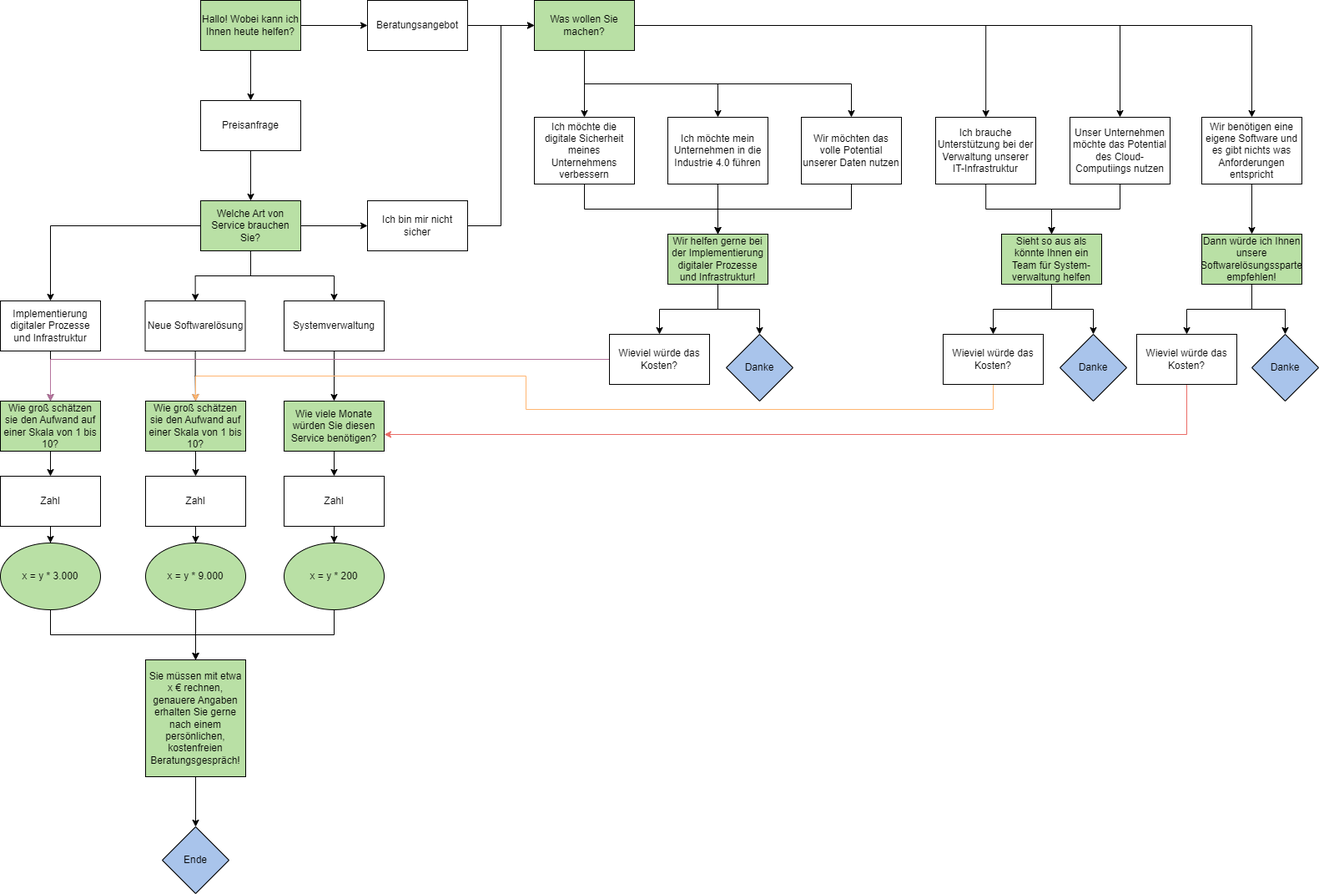
Itsfunman/Unternehmenswebsite keeps this draw.io diagram as other/ChatbotTree.png. Above is the earlier version. Source tidied: cells renumbered, new cells last; positions are measured from the earlier drawing's top-left corner, leaving out a move shared by most shapes.
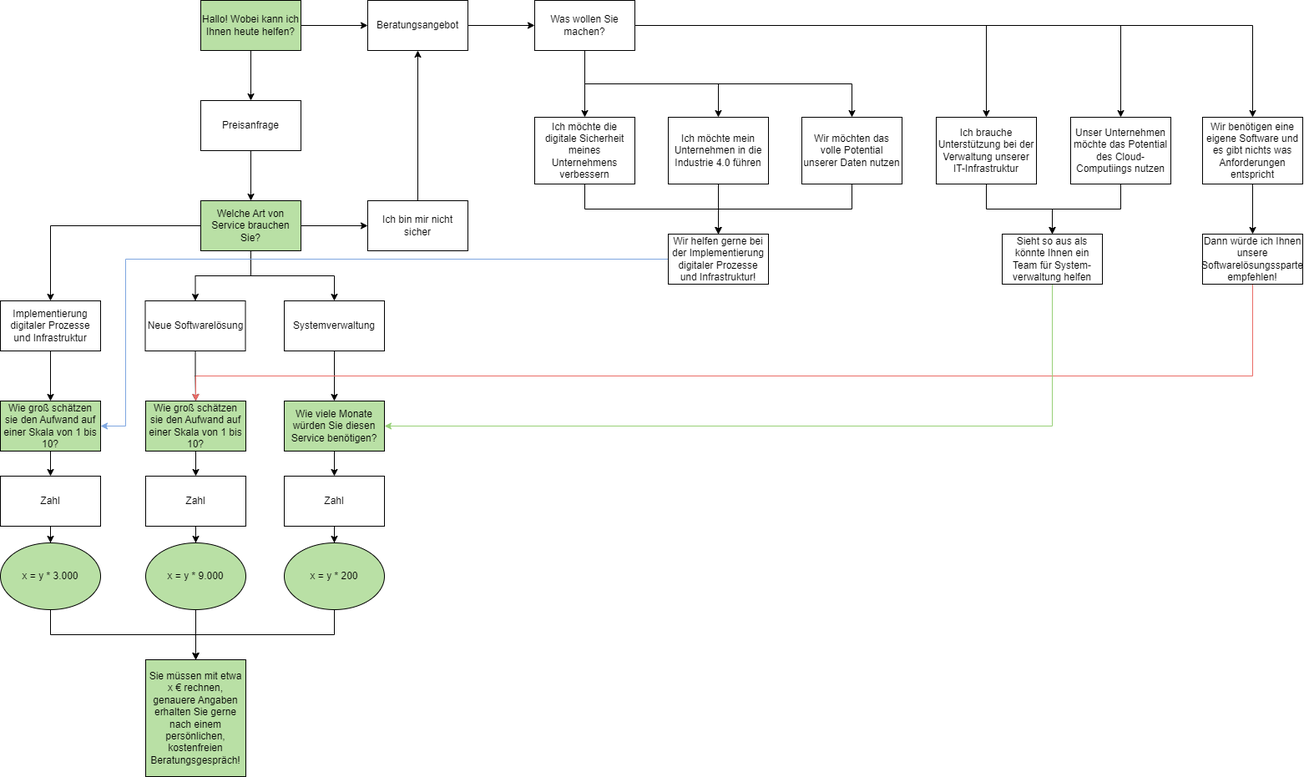
Above is the later version.

Change to the diagram source:
```diff
@@ -44,13 +44,8 @@
     <mxCell id="15" value="Implementierung digitaler Prozesse und Infrastruktur" style="rounded=0;whiteSpace=wrap;html=1;" parent="1" vertex="1">
       <mxGeometry y="360" width="120" height="60" as="geometry" />
     </mxCell>
-    <mxCell id="16" style="edgeStyle=orthogonalEdgeStyle;rounded=0;jettySize=auto;html=1;" parent="1" edge="1" source="17" target="48">
-      <mxGeometry relative="1" as="geometry">
-        <Array as="points">
-          <mxPoint x="600" y="270" />
-          <mxPoint x="600" y="30" />
-        </Array>
-      </mxGeometry>
+    <mxCell id="16" style="edgeStyle=orthogonalEdgeStyle;rounded=0;jettySize=auto;html=1;" parent="1" edge="1" source="17" target="8">
+      <mxGeometry relative="1" as="geometry" />
     </mxCell>
     <mxCell id="17" value="Ich bin mir nicht sicher" style="rounded=0;whiteSpace=wrap;html=1;" parent="1" vertex="1">
       <mxGeometry x="440" y="240" width="120" height="60" as="geometry" />
@@ -85,9 +80,6 @@
     <mxCell id="27" value="Wie viele Monate würden Sie diesen Service benötigen?" style="rounded=0;whiteSpace=wrap;html=1;fillColor=#B9E0A5;" parent="1" vertex="1">
       <mxGeometry x="340" y="480" width="120" height="60" as="geometry" />
     </mxCell>
-    <mxCell id="28" style="edgeStyle=orthogonalEdgeStyle;rounded=0;jettySize=auto;html=1;" parent="1" edge="1" source="29" target="76">
-      <mxGeometry relative="1" as="geometry" />
-    </mxCell>
     <mxCell id="29" value="Sie müssen mit etwa x € rechnen, genauere Angaben erhalten Sie gerne nach einem persönlichen, kostenfreien Beratungsgespräch!" style="rounded=0;whiteSpace=wrap;html=1;fillColor=#B9E0A5;" parent="1" vertex="1">
       <mxGeometry x="174" y="790" width="120" height="140" as="geometry" />
     </mxCell>
@@ -165,7 +157,7 @@
     <mxCell id="47" style="edgeStyle=orthogonalEdgeStyle;rounded=0;jettySize=auto;html=1;" parent="1" edge="1" source="48" target="60">
       <mxGeometry relative="1" as="geometry" />
     </mxCell>
-    <mxCell id="48" value="Was wollen Sie machen?" style="rounded=0;whiteSpace=wrap;html=1;fillColor=#B9E0A5;" parent="1" vertex="1">
+    <mxCell id="48" value="Was wollen Sie machen?" style="rounded=0;whiteSpace=wrap;html=1;" parent="1" vertex="1">
       <mxGeometry x="640" width="120" height="60" as="geometry" />
     </mxCell>
     <mxCell id="49" style="edgeStyle=orthogonalEdgeStyle;rounded=0;jettySize=auto;html=1;" parent="1" edge="1" source="50" target="69">
@@ -214,77 +206,37 @@
     <mxCell id="60" value="Wir benötigen eine eigene Software und es gibt nichts was Anforderungen entspricht" style="rounded=0;whiteSpace=wrap;html=1;" parent="1" vertex="1">
       <mxGeometry x="1440" y="140" width="120" height="80" as="geometry" />
     </mxCell>
-    <mxCell id="61" style="edgeStyle=orthogonalEdgeStyle;rounded=0;jettySize=auto;html=1;" parent="1" edge="1" source="63" target="75">
-      <mxGeometry relative="1" as="geometry" />
-    </mxCell>
-    <mxCell id="62" style="edgeStyle=orthogonalEdgeStyle;rounded=0;jettySize=auto;html=1;" parent="1" edge="1" source="63" target="79">
-      <mxGeometry relative="1" as="geometry" />
-    </mxCell>
+    <mxCell id="80" style="edgeStyle=orthogonalEdgeStyle;rounded=0;jettySize=auto;html=1;strokeColor=#EA6B66;" parent="1" edge="1" source="63" target="25">
+      <mxGeometry relative="1" as="geometry">
+        <Array as="points">
+          <mxPoint x="1500" y="450" />
+          <mxPoint x="234" y="450" />
+        </Array>
+      </mxGeometry>
+    </mxCell>
-    <mxCell id="63" value="Dann würde ich Ihnen unsere Softwarelösungssparte empfehlen!" style="rounded=0;whiteSpace=wrap;html=1;fillColor=#B9E0A5;" parent="1" vertex="1">
+    <mxCell id="63" value="Dann würde ich Ihnen unsere Softwarelösungssparte empfehlen!" style="rounded=0;whiteSpace=wrap;html=1;" parent="1" vertex="1">
       <mxGeometry x="1440" y="280" width="120" height="60" as="geometry" />
     </mxCell>
-    <mxCell id="64" style="edgeStyle=orthogonalEdgeStyle;rounded=0;jettySize=auto;html=1;" parent="1" edge="1" source="66" target="73">
-      <mxGeometry relative="1" as="geometry" />
-    </mxCell>
-    <mxCell id="65" style="edgeStyle=orthogonalEdgeStyle;rounded=0;jettySize=auto;html=1;" parent="1" edge="1" source="66" target="78">
-      <mxGeometry relative="1" as="geometry" />
-    </mxCell>
+    <mxCell id="81" style="edgeStyle=orthogonalEdgeStyle;rounded=0;jettySize=auto;html=1;strokeColor=#97D077;" parent="1" edge="1" source="66" target="27">
+      <mxGeometry relative="1" as="geometry">
+        <Array as="points">
+          <mxPoint x="1260" y="510" />
+        </Array>
+      </mxGeometry>
+    </mxCell>
-    <mxCell id="66" value="Sieht so aus als könnte Ihnen ein Team für System- verwaltung helfen" style="rounded=0;whiteSpace=wrap;html=1;fillColor=#B9E0A5;" parent="1" vertex="1">
+    <mxCell id="66" value="Sieht so aus als könnte Ihnen ein Team für System- verwaltung helfen" style="rounded=0;whiteSpace=wrap;html=1;" parent="1" vertex="1">
       <mxGeometry x="1200" y="280" width="120" height="60" as="geometry" />
     </mxCell>
-    <mxCell id="67" style="edgeStyle=orthogonalEdgeStyle;rounded=0;jettySize=auto;html=1;" parent="1" edge="1" source="69" target="71">
-      <mxGeometry relative="1" as="geometry" />
-    </mxCell>
-    <mxCell id="68" style="edgeStyle=orthogonalEdgeStyle;rounded=0;jettySize=auto;html=1;" parent="1" edge="1" source="69" target="77">
-      <mxGeometry relative="1" as="geometry" />
-    </mxCell>
+    <mxCell id="82" style="edgeStyle=orthogonalEdgeStyle;rounded=0;jettySize=auto;html=1;strokeColor=#7EA6E0;" parent="1" edge="1" source="69" target="23">
+      <mxGeometry relative="1" as="geometry">
+        <Array as="points">
+          <mxPoint x="150" y="310" />
+          <mxPoint x="150" y="510" />
+        </Array>
+      </mxGeometry>
+    </mxCell>
-    <mxCell id="69" value="Wir helfen gerne bei der Implementierung digitaler Prozesse und Infrastruktur!" style="rounded=0;whiteSpace=wrap;html=1;fillColor=#B9E0A5;" parent="1" vertex="1">
+    <mxCell id="69" value="Wir helfen gerne bei der Implementierung digitaler Prozesse und Infrastruktur!" style="rounded=0;whiteSpace=wrap;html=1;" parent="1" vertex="1">
       <mxGeometry x="800" y="280" width="120" height="60" as="geometry" />
     </mxCell>
-    <mxCell id="70" style="edgeStyle=orthogonalEdgeStyle;rounded=0;jettySize=auto;html=1;strokeColor=#B5739D;" parent="1" edge="1" source="71" target="23">
-      <mxGeometry relative="1" as="geometry">
-        <Array as="points">
-          <mxPoint x="60" y="430" />
-        </Array>
-      </mxGeometry>
-    </mxCell>
-    <mxCell id="71" value="Wieviel würde das Kosten?" style="rounded=0;whiteSpace=wrap;html=1;" parent="1" vertex="1">
-      <mxGeometry x="730" y="400" width="120" height="60" as="geometry" />
-    </mxCell>
-    <mxCell id="72" style="edgeStyle=orthogonalEdgeStyle;rounded=0;jettySize=auto;html=1;strokeColor=#FFB570;" parent="1" edge="1" source="73" target="25">
-      <mxGeometry relative="1" as="geometry">
-        <Array as="points">
-          <mxPoint x="1190" y="490" />
-          <mxPoint x="630" y="490" />
-          <mxPoint x="630" y="450" />
-          <mxPoint x="234" y="450" />
-        </Array>
-      </mxGeometry>
-    </mxCell>
-    <mxCell id="73" value="Wieviel würde das Kosten?" style="rounded=0;whiteSpace=wrap;html=1;" parent="1" vertex="1">
-      <mxGeometry x="1130" y="400" width="120" height="60" as="geometry" />
-    </mxCell>
-    <mxCell id="74" style="edgeStyle=orthogonalEdgeStyle;rounded=0;jettySize=auto;html=1;strokeColor=#EA6B66;" parent="1" edge="1" source="75" target="27">
-      <mxGeometry relative="1" as="geometry">
-        <Array as="points">
-          <mxPoint x="1422" y="520" />
-        </Array>
-      </mxGeometry>
-    </mxCell>
-    <mxCell id="75" value="Wieviel würde das Kosten?" style="rounded=0;whiteSpace=wrap;html=1;" parent="1" vertex="1">
-      <mxGeometry x="1362" y="400" width="120" height="60" as="geometry" />
-    </mxCell>
-    <mxCell id="76" value="Ende" style="rhombus;whiteSpace=wrap;html=1;fillColor=#A9C4EB;" parent="1" vertex="1">
-      <mxGeometry x="194" y="990" width="80" height="80" as="geometry" />
-    </mxCell>
-    <mxCell id="77" value="Danke" style="rhombus;whiteSpace=wrap;html=1;fillColor=#A9C4EB;" parent="1" vertex="1">
-      <mxGeometry x="870" y="400" width="80" height="80" as="geometry" />
-    </mxCell>
-    <mxCell id="78" value="Danke" style="rhombus;whiteSpace=wrap;html=1;fillColor=#A9C4EB;" parent="1" vertex="1">
-      <mxGeometry x="1270" y="400" width="80" height="80" as="geometry" />
-    </mxCell>
-    <mxCell id="79" value="Danke" style="rhombus;whiteSpace=wrap;html=1;fillColor=#A9C4EB;" parent="1" vertex="1">
-      <mxGeometry x="1500" y="400" width="80" height="80" as="geometry" />
-    </mxCell>
   </root>
 </mxGraphModel>
```
